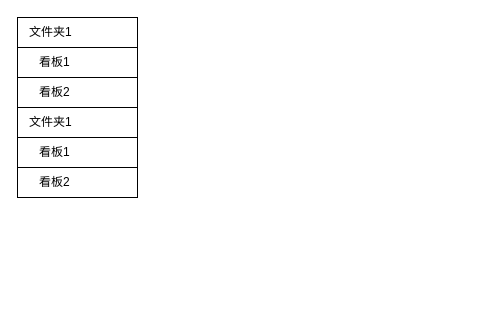
The draw.io diagram bi看板.drawio in yangbe/diagrams, before the edit. Source tidied: cells renumbered, new cells numbered last; positions are measured from the earlier drawing's top-left corner, leaving out a move shared by most shapes. Both pictures are drawn from the tidied source at 100%, with x=0, y=0 at pixel (17, 17).
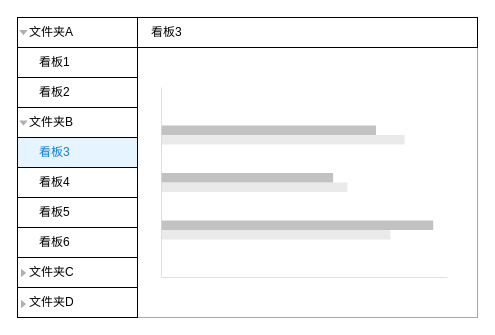
After the change.

Change to the diagram source:
```diff
@@
 <mxGraphModel>
   <root>
     <mxCell id="0" />
     <mxCell id="1" parent="0" />
+    <mxCell id="8" style="whiteSpace=wrap;html=1;strokeColor=#A8A8A8;" parent="1" vertex="1">
+      <mxGeometry x="120" width="340" height="300" as="geometry" />
+    </mxCell>
+    <mxCell id="9" value="看板3" style="rounded=0;whiteSpace=wrap;html=1;align=left;spacingLeft=12;strokeColor=#000000;" parent="1" vertex="1">
+      <mxGeometry x="120" width="340" height="30" as="geometry" />
+    </mxCell>
-    <mxCell id="2" value="文件夹1" style="rounded=0;whiteSpace=wrap;html=1;align=left;spacingLeft=10;" parent="1" vertex="1">
+    <mxCell id="2" value="文件夹A" style="rounded=0;whiteSpace=wrap;html=1;align=left;spacingLeft=10;" parent="1" vertex="1">
       <mxGeometry width="120" height="30" as="geometry" />
     </mxCell>
     <mxCell id="3" value="看板1" style="rounded=0;whiteSpace=wrap;html=1;align=left;spacingLeft=20;" parent="1" vertex="1">
       <mxGeometry y="30" width="120" height="30" as="geometry" />
     </mxCell>
     <mxCell id="4" value="看板2" style="rounded=0;whiteSpace=wrap;html=1;align=left;spacingLeft=20;" parent="1" vertex="1">
       <mxGeometry y="60" width="120" height="30" as="geometry" />
     </mxCell>
-    <mxCell id="5" value="文件夹1" style="rounded=0;whiteSpace=wrap;html=1;align=left;spacingLeft=10;" parent="1" vertex="1">
+    <mxCell id="5" value="文件夹B" style="rounded=0;whiteSpace=wrap;html=1;align=left;spacingLeft=10;" parent="1" vertex="1">
       <mxGeometry y="90" width="120" height="30" as="geometry" />
     </mxCell>
-    <mxCell id="6" value="看板1" style="rounded=0;whiteSpace=wrap;html=1;align=left;spacingLeft=20;" parent="1" vertex="1">
+    <mxCell id="6" value="看板3" style="rounded=0;whiteSpace=wrap;html=1;align=left;spacingLeft=20;fillColor=#e5f4ff;fontColor=#0F7FD5;" parent="1" vertex="1">
       <mxGeometry y="120" width="120" height="30" as="geometry" />
     </mxCell>
-    <mxCell id="7" value="看板2" style="rounded=0;whiteSpace=wrap;html=1;align=left;spacingLeft=20;" parent="1" vertex="1">
+    <mxCell id="7" value="看板4" style="rounded=0;whiteSpace=wrap;html=1;align=left;spacingLeft=20;" parent="1" vertex="1">
       <mxGeometry y="150" width="120" height="30" as="geometry" />
     </mxCell>
+    <mxCell id="10" value="看板5" style="rounded=0;whiteSpace=wrap;html=1;align=left;spacingLeft=20;" parent="1" vertex="1">
+      <mxGeometry y="180" width="120" height="30" as="geometry" />
+    </mxCell>
+    <mxCell id="11" style="strokeWidth=2;html=1;shape=mxgraph.flowchart.extract_or_measurement;whiteSpace=wrap;fillStyle=solid;fillColor=#B0B0B0;strokeColor=none;rotation=-180;" parent="1" vertex="1">
+      <mxGeometry x="2" y="12.5" width="7.9" height="5" as="geometry" />
+    </mxCell>
+    <mxCell id="12" style="strokeWidth=2;html=1;shape=mxgraph.flowchart.extract_or_measurement;whiteSpace=wrap;fillStyle=solid;fillColor=#B0B0B0;strokeColor=none;rotation=-180;" parent="1" vertex="1">
+      <mxGeometry x="2" y="103" width="7.9" height="5" as="geometry" />
+    </mxCell>
+    <mxCell id="13" value="看板6" style="rounded=0;whiteSpace=wrap;html=1;align=left;spacingLeft=20;" parent="1" vertex="1">
+      <mxGeometry y="210" width="120" height="30" as="geometry" />
+    </mxCell>
+    <mxCell id="14" value="文件夹C" style="rounded=0;whiteSpace=wrap;html=1;align=left;spacingLeft=10;" parent="1" vertex="1">
+      <mxGeometry y="240" width="120" height="30" as="geometry" />
+    </mxCell>
+    <mxCell id="15" value="文件夹D" style="rounded=0;whiteSpace=wrap;html=1;align=left;spacingLeft=10;" parent="1" vertex="1">
+      <mxGeometry y="270" width="120" height="30" as="geometry" />
+    </mxCell>
+    <mxCell id="16" style="strokeWidth=2;html=1;shape=mxgraph.flowchart.extract_or_measurement;whiteSpace=wrap;fillStyle=solid;fillColor=#B0B0B0;strokeColor=none;rotation=90;" parent="1" vertex="1">
+      <mxGeometry x="2" y="253" width="7.9" height="5" as="geometry" />
+    </mxCell>
+    <mxCell id="17" style="strokeWidth=2;html=1;shape=mxgraph.flowchart.extract_or_measurement;whiteSpace=wrap;fillStyle=solid;fillColor=#B0B0B0;strokeColor=none;rotation=90;" parent="1" vertex="1">
+      <mxGeometry x="2" y="284" width="7.9" height="5" as="geometry" />
+    </mxCell>
+    <mxCell id="18" style="verticalLabelPosition=bottom;shadow=0;dashed=0;align=center;html=1;verticalAlign=top;strokeWidth=0.5;shape=mxgraph.mockup.graphics.barChart;strokeColor=none;strokeColor2=none;strokeColor3=#cccccc;fillColor2=#999999;fillColor3=#dddddd;opacity=60;" parent="1" vertex="1">
+      <mxGeometry x="144" y="70" width="286" height="190" as="geometry" />
+    </mxCell>
   </root>
 </mxGraphModel>
```
